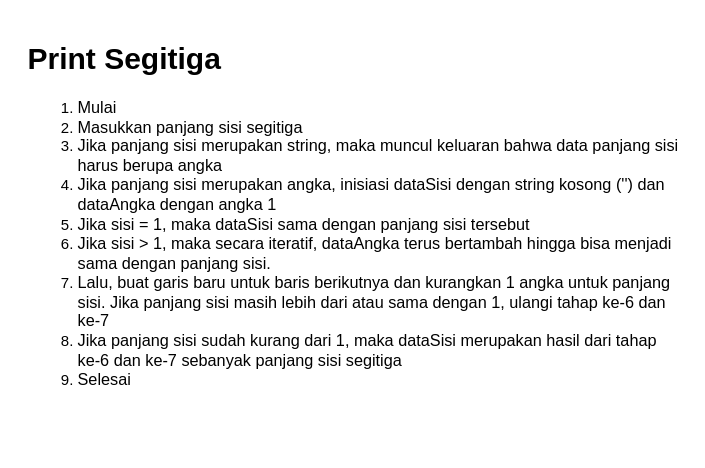
This is task3-algoritma.drawio.xml from bagus25dzikri06/javascript-intro-1, a draw.io file, before an edit. Source tidied: cells renumbered, new cells numbered last; positions are measured from the earlier drawing's top-left corner, leaving out a move shared by most shapes. Both pictures are drawn from the tidied source at 125%, with x=0, y=0 at pixel (21, 34).
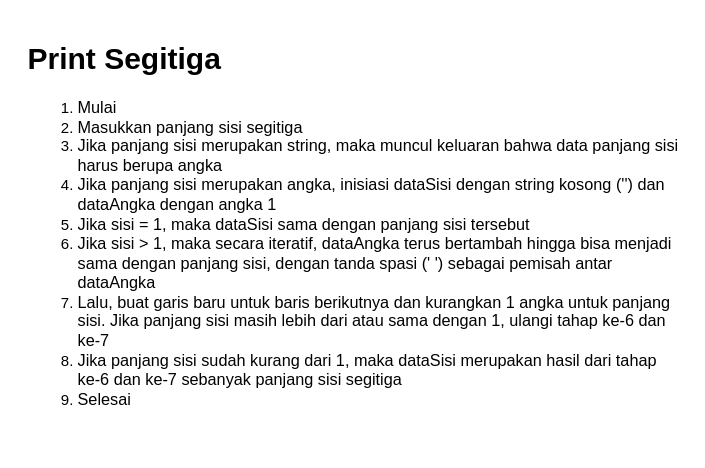
After the change.

Commit message (it also covers changes not shown here):
Update for Task 4 in destructure in b part

The edit, as a diff of the source:
```diff
@@
 <mxGraphModel>
   <root>
     <mxCell id="0" />
     <mxCell id="1" parent="0" />
-    <mxCell id="2" value="&lt;h1 style=&quot;text-align: justify;&quot;&gt;Print Segitiga&lt;/h1&gt;&lt;p style=&quot;text-align: justify;&quot;&gt;&lt;/p&gt;&lt;ol&gt;&lt;li&gt;&lt;span style=&quot;font-size: 13px;&quot;&gt;Mulai&lt;/span&gt;&lt;/li&gt;&lt;li&gt;&lt;span style=&quot;font-size: 13px;&quot;&gt;Masukkan panjang sisi segitiga&lt;/span&gt;&lt;/li&gt;&lt;li&gt;&lt;span style=&quot;font-size: 13px;&quot;&gt;Jika panjang sisi merupakan string, maka muncul keluaran bahwa data panjang sisi harus berupa angka&lt;/span&gt;&lt;/li&gt;&lt;li&gt;&lt;span style=&quot;font-size: 13px;&quot;&gt;Jika panjang sisi merupakan angka, inisiasi dataSisi dengan string kosong ('') dan dataAngka dengan angka 1&lt;/span&gt;&lt;/li&gt;&lt;li&gt;&lt;span style=&quot;font-size: 13px;&quot;&gt;Jika sisi = 1, maka dataSisi sama dengan panjang sisi tersebut&lt;/span&gt;&lt;/li&gt;&lt;li&gt;&lt;span style=&quot;font-size: 13px;&quot;&gt;Jika sisi &amp;gt; 1, maka secara iteratif, dataAngka terus bertambah hingga bisa menjadi sama dengan panjang sisi.&amp;nbsp;&lt;/span&gt;&lt;/li&gt;&lt;li&gt;&lt;span style=&quot;font-size: 13px;&quot;&gt;Lalu, buat garis baru untuk baris berikutnya dan kurangkan 1 angka untuk panjang sisi. Jika panjang sisi masih lebih dari atau sama dengan 1, ulangi tahap ke-6 dan ke-7&lt;/span&gt;&lt;/li&gt;&lt;li&gt;&lt;span style=&quot;font-size: 13px;&quot;&gt;Jika panjang sisi sudah kurang dari 1, maka dataSisi merupakan hasil dari tahap ke-6 dan ke-7 sebanyak panjang sisi segitiga&lt;/span&gt;&lt;/li&gt;&lt;li&gt;&lt;span style=&quot;font-size: 13px;&quot;&gt;Selesai&lt;/span&gt;&lt;/li&gt;&lt;/ol&gt;&lt;p&gt;&lt;/p&gt;" style="text;html=1;strokeColor=none;fillColor=none;spacing=5;spacingTop=-20;whiteSpace=wrap;overflow=hidden;rounded=0;" parent="1" vertex="1">
-      <mxGeometry width="530" height="310" as="geometry" />
-    </mxCell>
+    <mxCell id="3" value="&lt;h1 style=&quot;text-align: justify;&quot;&gt;Print Segitiga&lt;/h1&gt;&lt;p style=&quot;text-align: justify;&quot;&gt;&lt;/p&gt;&lt;ol&gt;&lt;li&gt;&lt;span style=&quot;font-size: 13px;&quot;&gt;Mulai&lt;/span&gt;&lt;/li&gt;&lt;li&gt;&lt;span style=&quot;font-size: 13px;&quot;&gt;Masukkan panjang sisi segitiga&lt;/span&gt;&lt;/li&gt;&lt;li&gt;&lt;span style=&quot;font-size: 13px;&quot;&gt;Jika panjang sisi merupakan string, maka muncul keluaran bahwa data panjang sisi harus berupa angka&lt;/span&gt;&lt;/li&gt;&lt;li&gt;&lt;span style=&quot;font-size: 13px;&quot;&gt;Jika panjang sisi merupakan angka, inisiasi dataSisi dengan string kosong ('') dan dataAngka dengan angka 1&lt;/span&gt;&lt;/li&gt;&lt;li&gt;&lt;span style=&quot;font-size: 13px;&quot;&gt;Jika sisi = 1, maka dataSisi sama dengan panjang sisi tersebut&lt;/span&gt;&lt;/li&gt;&lt;li&gt;&lt;span style=&quot;font-size: 13px;&quot;&gt;Jika sisi &amp;gt; 1, maka secara iteratif, dataAngka terus bertambah hingga bisa menjadi sama dengan panjang sisi, dengan tanda spasi (' ') sebagai pemisah antar dataAngka&lt;/span&gt;&lt;/li&gt;&lt;li&gt;&lt;span style=&quot;font-size: 13px;&quot;&gt;Lalu, buat garis baru untuk baris berikutnya dan kurangkan 1 angka untuk panjang sisi. Jika panjang sisi masih lebih dari atau sama dengan 1, ulangi tahap ke-6 dan ke-7&lt;/span&gt;&lt;/li&gt;&lt;li&gt;&lt;span style=&quot;font-size: 13px;&quot;&gt;Jika panjang sisi sudah kurang dari 1, maka dataSisi merupakan hasil dari tahap ke-6 dan ke-7 sebanyak panjang sisi segitiga&lt;/span&gt;&lt;/li&gt;&lt;li&gt;&lt;span style=&quot;font-size: 13px;&quot;&gt;Selesai&lt;/span&gt;&lt;/li&gt;&lt;/ol&gt;&lt;p&gt;&lt;/p&gt;" style="text;html=1;strokeColor=none;fillColor=none;spacing=5;spacingTop=-20;whiteSpace=wrap;overflow=hidden;rounded=0;" parent="1" vertex="1">
+      <mxGeometry width="530" height="330" as="geometry" />
+    </mxCell>
   </root>
 </mxGraphModel>
```
